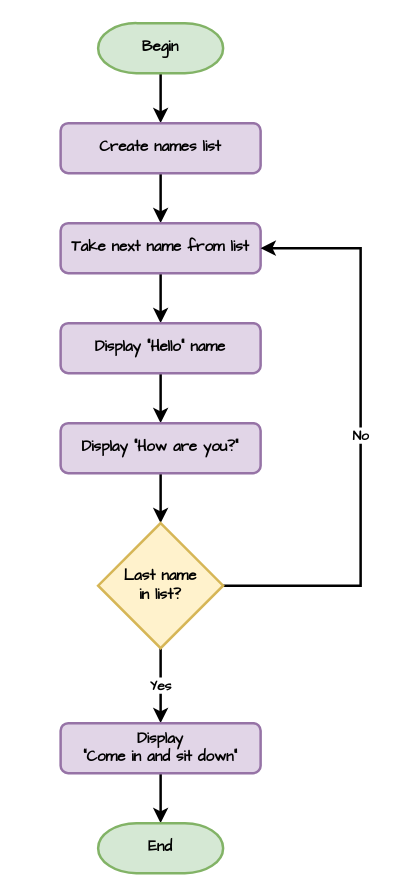
Before: page "lesson_2_for_loop" (3 of 11) of flowcharts.drawio in DamoM73/turtle_vid_tute, a draw.io diagram. Source tidied: cells renumbered, new cells numbered last; positions are measured from the earlier drawing's top-left corner, leaving out a move shared by most shapes. Both pictures are drawn from the tidied source at 125%, with x=0, y=0 at pixel (60, 22).
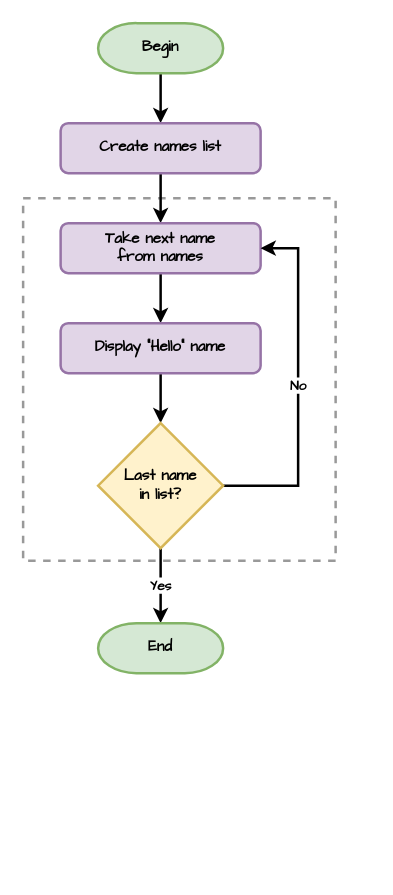
After the change.

Diff of the diagram source:
```diff
@@
 <mxGraphModel>
   <root>
     <mxCell id="0" />
     <mxCell id="1" parent="0" />
+    <mxCell id="18" style="rounded=0;whiteSpace=wrap;html=1;dashed=1;strokeWidth=2;strokeColor=#999999;" parent="1" vertex="1">
+      <mxGeometry x="-30" y="140" width="250" height="290" as="geometry" />
+    </mxCell>
     <mxCell id="2" style="edgeStyle=orthogonalEdgeStyle;rounded=0;jettySize=auto;html=1;exitX=0.5;exitY=1;exitDx=0;exitDy=0;exitPerimeter=0;entryX=0.5;entryY=0;entryDx=0;entryDy=0;strokeWidth=2;" parent="1" edge="1" source="3" target="5">
       <mxGeometry relative="1" as="geometry" />
     </mxCell>
     <mxCell id="3" value="Begin" style="strokeWidth=2;html=1;shape=mxgraph.flowchart.terminator;whiteSpace=wrap;fillColor=#d5e8d4;strokeColor=#82b366;fontFamily=Comic Sans MS;fontStyle=1;" parent="1" vertex="1">
       <mxGeometry x="30" width="100" height="40" as="geometry" />
     </mxCell>
     <mxCell id="4" style="edgeStyle=orthogonalEdgeStyle;rounded=0;jettySize=auto;html=1;exitX=0.5;exitY=1;exitDx=0;exitDy=0;entryX=0.5;entryY=0;entryDx=0;entryDy=0;strokeWidth=2;" parent="1" edge="1" source="5" target="7">
       <mxGeometry relative="1" as="geometry" />
     </mxCell>
     <mxCell id="5" value="Create names list" style="rounded=1;whiteSpace=wrap;html=1;strokeWidth=2;fontFamily=Comic Sans MS;fontSize=12;fillColor=#e1d5e7;strokeColor=#9673a6;fontStyle=1;" parent="1" vertex="1">
       <mxGeometry y="80" width="160" height="40" as="geometry" />
     </mxCell>
     <mxCell id="6" style="edgeStyle=orthogonalEdgeStyle;rounded=0;jettySize=auto;html=1;exitX=0.5;exitY=1;exitDx=0;exitDy=0;strokeWidth=2;" parent="1" edge="1" source="7" target="9">
       <mxGeometry relative="1" as="geometry" />
     </mxCell>
-    <mxCell id="7" value="Take next name from list" style="rounded=1;whiteSpace=wrap;html=1;strokeWidth=2;fontFamily=Comic Sans MS;fontSize=12;fillColor=#e1d5e7;strokeColor=#9673a6;fontStyle=1;" parent="1" vertex="1">
+    <mxCell id="7" value="Take next name &lt;br&gt;from names" style="rounded=1;whiteSpace=wrap;html=1;strokeWidth=2;fontFamily=Comic Sans MS;fontSize=12;fillColor=#e1d5e7;strokeColor=#9673a6;fontStyle=1;" parent="1" vertex="1">
       <mxGeometry y="160" width="160" height="40" as="geometry" />
     </mxCell>
-    <mxCell id="8" style="edgeStyle=orthogonalEdgeStyle;rounded=0;jettySize=auto;html=1;exitX=0.5;exitY=1;exitDx=0;exitDy=0;entryX=0.5;entryY=0;entryDx=0;entryDy=0;strokeWidth=2;" parent="1" edge="1" source="9" target="11">
+    <mxCell id="8" style="edgeStyle=orthogonalEdgeStyle;rounded=0;jettySize=auto;html=1;exitX=0.5;exitY=1;exitDx=0;exitDy=0;entryX=0.5;entryY=0;entryDx=0;entryDy=0;strokeWidth=2;entryPerimeter=0;" parent="1" edge="1" source="9" target="14">
       <mxGeometry relative="1" as="geometry" />
     </mxCell>
     <mxCell id="9" value="Display &quot;Hello&quot; name" style="rounded=1;whiteSpace=wrap;html=1;strokeWidth=2;fontFamily=Comic Sans MS;fontSize=12;fillColor=#e1d5e7;strokeColor=#9673a6;fontStyle=1;" parent="1" vertex="1">
       <mxGeometry y="240" width="160" height="40" as="geometry" />
     </mxCell>
-    <mxCell id="10" style="edgeStyle=orthogonalEdgeStyle;rounded=0;jettySize=auto;html=1;exitX=0.5;exitY=1;exitDx=0;exitDy=0;entryX=0.5;entryY=0;entryDx=0;entryDy=0;entryPerimeter=0;strokeWidth=2;" parent="1" edge="1" source="11" target="14">
-      <mxGeometry relative="1" as="geometry" />
-    </mxCell>
-    <mxCell id="11" value="Display &quot;How are you?&quot;" style="rounded=1;whiteSpace=wrap;html=1;strokeWidth=2;fontFamily=Comic Sans MS;fontSize=12;fillColor=#e1d5e7;strokeColor=#9673a6;fontStyle=1;" parent="1" vertex="1">
-      <mxGeometry y="320" width="160" height="40" as="geometry" />
-    </mxCell>
     <mxCell id="12" value="No" style="edgeStyle=orthogonalEdgeStyle;rounded=0;jettySize=auto;html=1;exitX=1;exitY=0.5;exitDx=0;exitDy=0;exitPerimeter=0;entryX=1;entryY=0.5;entryDx=0;entryDy=0;strokeWidth=2;fontFamily=Comic Sans MS;fontStyle=1;" parent="1" edge="1" source="14" target="7">
       <mxGeometry relative="1" as="geometry">
         <Array as="points">
-          <mxPoint x="240" y="450" />
-          <mxPoint x="240" y="180" />
+          <mxPoint x="190" y="370" />
+          <mxPoint x="190" y="180" />
         </Array>
       </mxGeometry>
     </mxCell>
-    <mxCell id="13" value="Yes" style="edgeStyle=orthogonalEdgeStyle;rounded=0;jettySize=auto;html=1;exitX=0.5;exitY=1;exitDx=0;exitDy=0;exitPerimeter=0;entryX=0.5;entryY=0;entryDx=0;entryDy=0;strokeWidth=2;fontFamily=Comic Sans MS;fontStyle=1;" parent="1" edge="1" source="14" target="16">
+    <mxCell id="13" value="Yes" style="edgeStyle=orthogonalEdgeStyle;rounded=0;jettySize=auto;html=1;exitX=0.5;exitY=1;exitDx=0;exitDy=0;exitPerimeter=0;strokeWidth=2;fontFamily=Comic Sans MS;fontStyle=1;entryX=0.5;entryY=0;entryDx=0;entryDy=0;entryPerimeter=0;" parent="1" edge="1" source="14" target="17">
       <mxGeometry relative="1" as="geometry" />
     </mxCell>
     <mxCell id="14" value="Last name &lt;br&gt;in list?" style="strokeWidth=2;html=1;shape=mxgraph.flowchart.decision;whiteSpace=wrap;fillColor=#fff2cc;strokeColor=#d6b656;fontFamily=Comic Sans MS;fontStyle=1;" parent="1" vertex="1">
-      <mxGeometry x="30" y="400" width="100" height="100" as="geometry" />
+      <mxGeometry x="30" y="320" width="100" height="100" as="geometry" />
     </mxCell>
-    <mxCell id="15" style="edgeStyle=orthogonalEdgeStyle;rounded=0;jettySize=auto;html=1;exitX=0.5;exitY=1;exitDx=0;exitDy=0;entryX=0.5;entryY=0;entryDx=0;entryDy=0;entryPerimeter=0;strokeWidth=2;fontFamily=Comic Sans MS;" parent="1" edge="1" source="16" target="17">
-      <mxGeometry relative="1" as="geometry" />
-    </mxCell>
-    <mxCell id="16" value="Display&lt;br&gt;&quot;Come in and sit down&quot;" style="rounded=1;whiteSpace=wrap;html=1;strokeWidth=2;fontFamily=Comic Sans MS;fontSize=12;fillColor=#e1d5e7;strokeColor=#9673a6;fontStyle=1;" parent="1" vertex="1">
-      <mxGeometry y="560" width="160" height="40" as="geometry" />
-    </mxCell>
     <mxCell id="17" value="End" style="strokeWidth=2;html=1;shape=mxgraph.flowchart.terminator;whiteSpace=wrap;fillColor=#d5e8d4;strokeColor=#82b366;fontFamily=Comic Sans MS;fontStyle=1;" parent="1" vertex="1">
-      <mxGeometry x="30" y="640" width="100" height="40" as="geometry" />
+      <mxGeometry x="30" y="480" width="100" height="40" as="geometry" />
     </mxCell>
   </root>
 </mxGraphModel>
```
